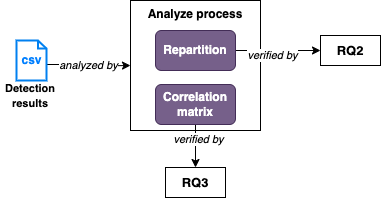
This is figure/design_smell_analyze.png from aurpur/paper-detection-design-smells-in-cnn-programs, a draw.io export, as it was before one commit. Source tidied: cells renumbered, new cells last; positions are measured from the earlier drawing's top-left corner, leaving out a move shared by most shapes. The source it was exported from:
```xml
<mxGraphModel>
  <root>
    <mxCell id="0" />
    <mxCell id="1" parent="0" />
    <mxCell id="2" value="&lt;b&gt;Analyze process&lt;/b&gt;" style="whiteSpace=wrap;html=1;verticalAlign=top;" parent="1" vertex="1">
      <mxGeometry x="130" width="130" height="130" as="geometry" />
    </mxCell>
    <mxCell id="3" style="edgeStyle=orthogonalEdgeStyle;rounded=0;jettySize=auto;html=1;entryX=0.5;entryY=0;entryDx=0;entryDy=0;exitX=0.5;exitY=1;exitDx=0;exitDy=0;" parent="1" edge="1" source="13" target="12">
      <mxGeometry relative="1" as="geometry" />
    </mxCell>
    <mxCell id="4" value="&lt;i&gt;verified by&lt;/i&gt;" style="edgeLabel;html=1;align=center;verticalAlign=middle;" parent="3" vertex="1">
      <mxGeometry x="-0.35" y="2" relative="1" as="geometry" />
    </mxCell>
    <mxCell id="5" style="edgeStyle=orthogonalEdgeStyle;rounded=0;jettySize=auto;html=1;exitX=1;exitY=0.5;exitDx=0;exitDy=0;" parent="1" edge="1" source="14" target="9">
      <mxGeometry relative="1" as="geometry" />
    </mxCell>
    <mxCell id="6" value="&lt;i&gt;verified by&lt;/i&gt;" style="edgeLabel;html=1;align=center;verticalAlign=middle;" parent="5" vertex="1">
      <mxGeometry x="-0.28" y="-3" relative="1" as="geometry">
        <mxPoint x="5" y="1" as="offset" />
      </mxGeometry>
    </mxCell>
    <mxCell id="7" style="edgeStyle=orthogonalEdgeStyle;rounded=0;jettySize=auto;html=1;exitX=1;exitY=0.6;exitDx=0;exitDy=0;exitPerimeter=0;" parent="1" edge="1" source="10">
      <mxGeometry relative="1" as="geometry">
        <mxPoint x="130" y="65" as="targetPoint" />
      </mxGeometry>
    </mxCell>
    <mxCell id="8" value="&lt;i&gt;analyzed by&lt;/i&gt;" style="edgeLabel;html=1;align=center;verticalAlign=middle;" parent="7" vertex="1">
      <mxGeometry x="-0.03" y="-1" relative="1" as="geometry" />
    </mxCell>
    <mxCell id="9" value="&lt;b style=&quot;font-size: 13px;&quot;&gt;RQ2&lt;/b&gt;" style="text;html=1;strokeColor=default;fillColor=none;align=center;verticalAlign=middle;whiteSpace=wrap;rounded=0;fontSize=13;" parent="1" vertex="1">
      <mxGeometry x="320" y="35" width="60" height="30" as="geometry" />
    </mxCell>
    <mxCell id="10" value="&lt;b&gt;&lt;font color=&quot;#007fff&quot;&gt;csv&lt;/font&gt;&lt;/b&gt;" style="html=1;verticalLabelPosition=middle;align=center;labelBackgroundColor=#ffffff;verticalAlign=middle;strokeWidth=2;strokeColor=#0080F0;shadow=0;dashed=0;shape=mxgraph.ios7.icons.document;labelPosition=center;" parent="1" vertex="1">
      <mxGeometry x="16" y="40" width="30" height="40" as="geometry" />
    </mxCell>
    <mxCell id="11" value="&lt;b&gt;&lt;font style=&quot;font-size: 11px;&quot;&gt;Detection results&lt;/font&gt;&lt;/b&gt;" style="text;html=1;strokeColor=none;fillColor=none;align=center;verticalAlign=middle;whiteSpace=wrap;rounded=0;" parent="1" vertex="1">
      <mxGeometry y="80" width="60" height="30" as="geometry" />
    </mxCell>
    <mxCell id="12" value="&lt;b style=&quot;font-size: 13px;&quot;&gt;RQ3&lt;/b&gt;" style="text;html=1;strokeColor=default;fillColor=none;align=center;verticalAlign=middle;whiteSpace=wrap;rounded=0;fontSize=13;" parent="1" vertex="1">
      <mxGeometry x="165" y="167" width="60" height="30" as="geometry" />
    </mxCell>
    <mxCell id="13" value="&lt;b&gt;Correlation matrix&lt;/b&gt;" style="rounded=1;whiteSpace=wrap;html=1;fillColor=#76608a;fontColor=#ffffff;strokeColor=#432D57;" parent="1" vertex="1">
      <mxGeometry x="155" y="84" width="80" height="40" as="geometry" />
    </mxCell>
    <mxCell id="14" value="&lt;b&gt;Repartition&lt;/b&gt;" style="rounded=1;whiteSpace=wrap;html=1;fillColor=#76608a;fontColor=#ffffff;strokeColor=#432D57;" parent="1" vertex="1">
      <mxGeometry x="155" y="30" width="80" height="40" as="geometry" />
    </mxCell>
  </root>
</mxGraphModel>
```
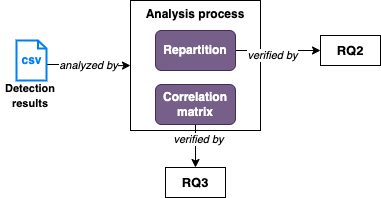
The same diagram one commit later.

What changed in the source:
```diff
@@ -2,7 +2,7 @@
   <root>
     <mxCell id="0" />
     <mxCell id="1" parent="0" />
-    <mxCell id="2" value="&lt;b&gt;Analyze process&lt;/b&gt;" style="whiteSpace=wrap;html=1;verticalAlign=top;" parent="1" vertex="1">
+    <mxCell id="2" value="&lt;b&gt;Analysis process&lt;/b&gt;" style="whiteSpace=wrap;html=1;verticalAlign=top;" parent="1" vertex="1">
       <mxGeometry x="130" width="130" height="130" as="geometry" />
     </mxCell>
     <mxCell id="3" style="edgeStyle=orthogonalEdgeStyle;rounded=0;jettySize=auto;html=1;entryX=0.5;entryY=0;entryDx=0;entryDy=0;exitX=0.5;exitY=1;exitDx=0;exitDy=0;" parent="1" edge="1" source="13" target="12">
```
